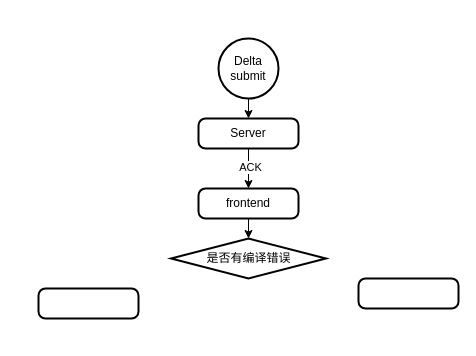
Earlier version of the draw.io diagram CALDICATOR-文档变更一致性.drawio (lance631/notes). Source tidied: cells renumbered, new cells numbered last; positions are measured from the earlier drawing's top-left corner, leaving out a move shared by most shapes. Both pictures are drawn from the tidied source at 100%, with x=0, y=0 at pixel (38, 38).
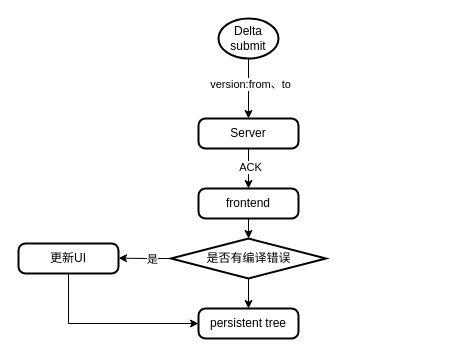
After the change.

Commit message (it also covers changes not shown here):
更新CALDICATOR-文档变更一致性.drawio

What changed in the source:
```diff
@@
 <mxGraphModel>
   <root>
     <mxCell id="0" />
     <mxCell id="1" parent="0" />
     <mxCell id="2" style="edgeStyle=orthogonalEdgeStyle;rounded=0;jettySize=auto;html=1;exitX=0.5;exitY=1;exitDx=0;exitDy=0;exitPerimeter=0;entryX=0.5;entryY=0;entryDx=0;entryDy=0;" parent="1" edge="1" source="3" target="6">
       <mxGeometry relative="1" as="geometry" />
     </mxCell>
+    <mxCell id="12" value="version:from、to" style="edgeLabel;html=1;align=center;verticalAlign=middle;" parent="2" vertex="1">
+      <mxGeometry x="-0.17" y="1" relative="1" as="geometry" />
+    </mxCell>
     <mxCell id="3" value="Delta &lt;br&gt;submit" style="strokeWidth=2;html=1;shape=mxgraph.flowchart.start_2;whiteSpace=wrap;" parent="1" vertex="1">
-      <mxGeometry x="180" width="60" height="60" as="geometry" />
+      <mxGeometry x="180" y="-20" width="60" height="40" as="geometry" />
     </mxCell>
     <mxCell id="4" style="edgeStyle=orthogonalEdgeStyle;rounded=0;jettySize=auto;html=1;exitX=0.5;exitY=1;exitDx=0;exitDy=0;entryX=0.5;entryY=0;entryDx=0;entryDy=0;" parent="1" edge="1" source="6" target="7">
       <mxGeometry relative="1" as="geometry" />
     </mxCell>
     <mxCell id="5" value="ACK" style="edgeLabel;html=1;align=center;verticalAlign=middle;" parent="4" vertex="1">
       <mxGeometry x="-0.07" y="1" relative="1" as="geometry">
         <mxPoint y="-1" as="offset" />
       </mxGeometry>
     </mxCell>
     <mxCell id="6" value="Server" style="rounded=1;whiteSpace=wrap;html=1;absoluteArcSize=1;arcSize=14;strokeWidth=2;" parent="1" vertex="1">
       <mxGeometry x="160" y="80" width="100" height="30" as="geometry" />
     </mxCell>
     <mxCell id="7" value="frontend" style="rounded=1;whiteSpace=wrap;html=1;absoluteArcSize=1;arcSize=14;strokeWidth=2;" parent="1" vertex="1">
       <mxGeometry x="160" y="150" width="100" height="30" as="geometry" />
     </mxCell>
+    <mxCell id="13" style="edgeStyle=orthogonalEdgeStyle;rounded=0;jettySize=auto;html=1;exitX=0;exitY=0.5;exitDx=0;exitDy=0;exitPerimeter=0;" parent="1" edge="1" source="8">
+      <mxGeometry relative="1" as="geometry">
+        <mxPoint x="80" y="219.6" as="targetPoint" />
+      </mxGeometry>
+    </mxCell>
+    <mxCell id="14" value="是" style="edgeLabel;html=1;align=center;verticalAlign=middle;" parent="13" vertex="1">
+      <mxGeometry x="-0.28" relative="1" as="geometry" />
+    </mxCell>
+    <mxCell id="15" style="edgeStyle=orthogonalEdgeStyle;rounded=0;jettySize=auto;html=1;exitX=0.5;exitY=1;exitDx=0;exitDy=0;exitPerimeter=0;entryX=0.5;entryY=0;entryDx=0;entryDy=0;" parent="1" edge="1" source="8" target="11">
+      <mxGeometry relative="1" as="geometry" />
+    </mxCell>
     <mxCell id="8" value="是否有编译错误" style="strokeWidth=2;html=1;shape=mxgraph.flowchart.decision;whiteSpace=wrap;" parent="1" vertex="1">
       <mxGeometry x="132.5" y="200" width="155" height="40" as="geometry" />
     </mxCell>
     <mxCell id="9" style="edgeStyle=orthogonalEdgeStyle;rounded=0;jettySize=auto;html=1;exitX=0.5;exitY=1;exitDx=0;exitDy=0;entryX=0.5;entryY=0;entryDx=0;entryDy=0;entryPerimeter=0;" parent="1" edge="1" source="7" target="8">
       <mxGeometry relative="1" as="geometry" />
     </mxCell>
+    <mxCell id="16" style="edgeStyle=orthogonalEdgeStyle;rounded=0;jettySize=auto;html=1;exitX=0.5;exitY=1;exitDx=0;exitDy=0;entryX=0;entryY=0.5;entryDx=0;entryDy=0;" parent="1" edge="1" source="10" target="11">
+      <mxGeometry relative="1" as="geometry" />
+    </mxCell>
-    <mxCell id="10" style="rounded=1;whiteSpace=wrap;html=1;absoluteArcSize=1;arcSize=14;strokeWidth=2;" parent="1" vertex="1">
-      <mxGeometry y="250" width="100" height="30" as="geometry" />
+    <mxCell id="10" value="更新UI" style="rounded=1;whiteSpace=wrap;html=1;absoluteArcSize=1;arcSize=14;strokeWidth=2;" parent="1" vertex="1">
+      <mxGeometry x="-20" y="205" width="100" height="30" as="geometry" />
     </mxCell>
-    <mxCell id="11" style="rounded=1;whiteSpace=wrap;html=1;absoluteArcSize=1;arcSize=14;strokeWidth=2;" parent="1" vertex="1">
-      <mxGeometry x="320" y="240" width="100" height="30" as="geometry" />
+    <mxCell id="11" value="persistent tree" style="rounded=1;whiteSpace=wrap;html=1;absoluteArcSize=1;arcSize=14;strokeWidth=2;" parent="1" vertex="1">
+      <mxGeometry x="160" y="270" width="100" height="30" as="geometry" />
     </mxCell>
   </root>
 </mxGraphModel>
```
